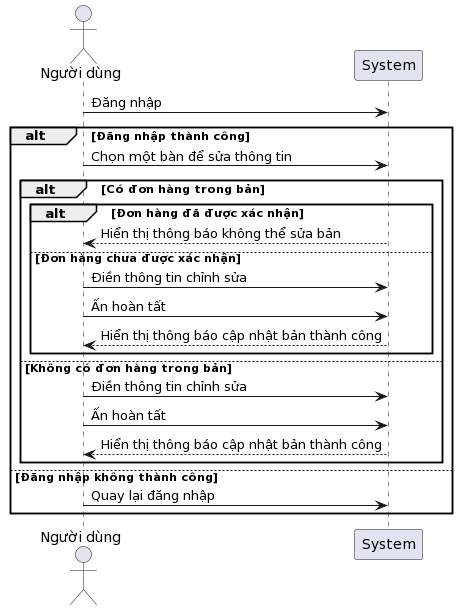
The PlantUML diagram Lab1.2/Khách hàng/Sequence/Sửa Thông Tin Đặt Bàn.png in TuanKhang123/SE357-Pratice-class, before a commit.
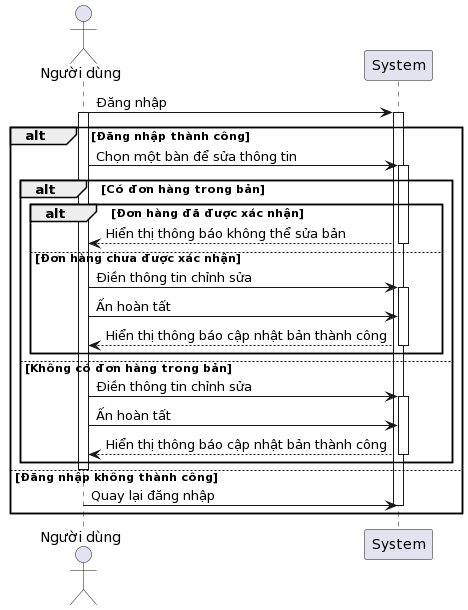
Later version of the same file.

Diff of the diagram source:
```diff
@@ -2,22 +2,33 @@
 actor User as "Người dùng"
 
 User -> System: Đăng nhập
+activate System
 alt Đăng nhập thành công
+    activate User
     User -> System: Chọn một bàn để sửa thông tin
+    activate System
     alt Có đơn hàng trong bản
         alt Đơn hàng đã được xác nhận
             System --> User: Hiển thị thông báo không thể sửa bản
+            deactivate System
         else Đơn hàng chưa được xác nhận
             User -> System: Điền thông tin chỉnh sửa
+            activate System
             User -> System: Ấn hoàn tất
             System --> User: Hiển thị thông báo cập nhật bản thành công
+            deactivate System
         end
     else Không có đơn hàng trong bản
         User -> System: Điền thông tin chỉnh sửa
+        activate System
         User -> System: Ấn hoàn tất
         System --> User: Hiển thị thông báo cập nhật bản thành công
+        deactivate System
     end
+    deactivate User
 else Đăng nhập không thành công
     User -> System: Quay lại đăng nhập
+    deactivate System
 end
+deactivate User
 @enduml
```
